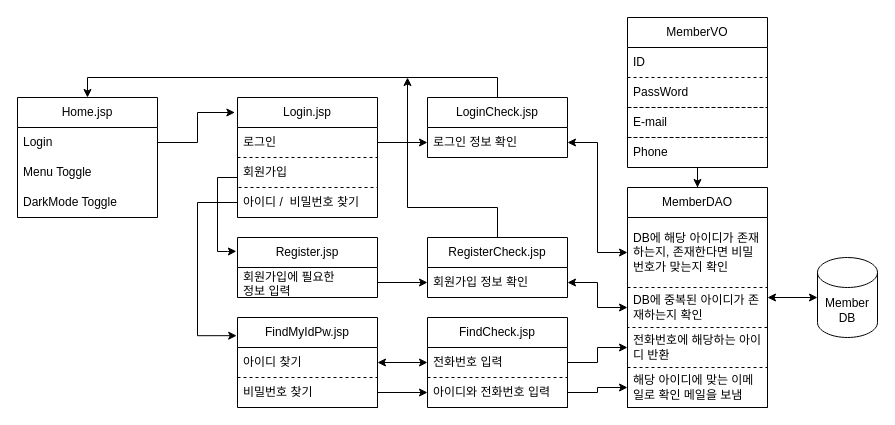
Earlier version of the draw.io diagram diagram/Login.drawio (kr1124/DessertHub). Source tidied: cells renumbered, new cells numbered last; positions are measured from the earlier drawing's top-left corner, leaving out a move shared by most shapes. Both pictures are drawn from the tidied source at 100%, with x=0, y=0 at pixel (17, 17).
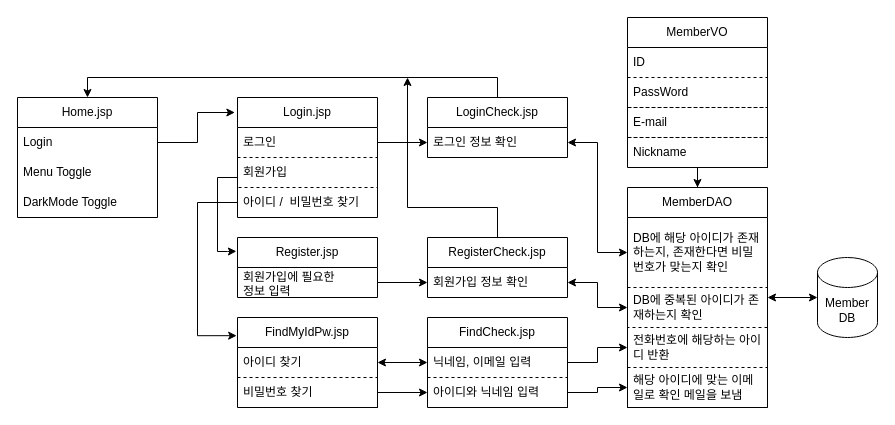
After the change.

The change refers to these unchanged cells:
```xml
<mxCell id="15" value="MemberVO" style="swimlane;fontStyle=0;horizontal=1;startSize=30;whiteSpace=wrap;html=1;" parent="1" vertex="1">
  <mxGeometry x="610" width="140" height="150" as="geometry" />
</mxCell>
<mxCell id="39" value="FindCheck.jsp" style="swimlane;fontStyle=0;horizontal=1;startSize=30;whiteSpace=wrap;html=1;" parent="1" vertex="1">
  <mxGeometry x="410" y="300" width="140" height="90" as="geometry" />
</mxCell>
```

What changed in the source:
```diff
@@
-    <mxCell id="19" value="Phone" style="text;strokeColor=default;fillColor=none;align=left;verticalAlign=middle;spacingLeft=4;spacingRight=4;overflow=hidden;whiteSpace=wrap;html=1;dashed=1;" parent="15" vertex="1">
+    <mxCell id="19" value="Nickname" style="text;strokeColor=default;fillColor=none;align=left;verticalAlign=middle;spacingLeft=4;spacingRight=4;overflow=hidden;whiteSpace=wrap;html=1;dashed=1;" parent="15" vertex="1">
       <mxGeometry y="120" width="140" height="30" as="geometry" />
     </mxCell>
@@
-    <mxCell id="40" value="&lt;div&gt;전화번호 입력&lt;/div&gt;" style="text;strokeColor=none;fillColor=none;align=left;verticalAlign=middle;spacingLeft=4;spacingRight=4;overflow=hidden;points=[[0,0.5],[1,0.5]];portConstraint=eastwest;whiteSpace=wrap;html=1;" parent="39" vertex="1">
+    <mxCell id="40" value="&lt;div&gt;닉네임, 이메일 입력&lt;/div&gt;" style="text;strokeColor=none;fillColor=none;align=left;verticalAlign=middle;spacingLeft=4;spacingRight=4;overflow=hidden;points=[[0,0.5],[1,0.5]];portConstraint=eastwest;whiteSpace=wrap;html=1;" parent="39" vertex="1">
       <mxGeometry y="30" width="140" height="30" as="geometry" />
     </mxCell>
-    <mxCell id="41" value="아이디와 전화번호 입력 " style="text;strokeColor=default;fillColor=none;align=left;verticalAlign=middle;spacingLeft=4;spacingRight=4;overflow=hidden;points=[[0,0.5],[1,0.5]];portConstraint=eastwest;whiteSpace=wrap;html=1;dashed=1;" parent="39" vertex="1">
+    <mxCell id="41" value="아이디와 닉네임 입력 " style="text;strokeColor=default;fillColor=none;align=left;verticalAlign=middle;spacingLeft=4;spacingRight=4;overflow=hidden;points=[[0,0.5],[1,0.5]];portConstraint=eastwest;whiteSpace=wrap;html=1;dashed=1;" parent="39" vertex="1">
       <mxGeometry y="60" width="140" height="30" as="geometry" />
     </mxCell>
```
